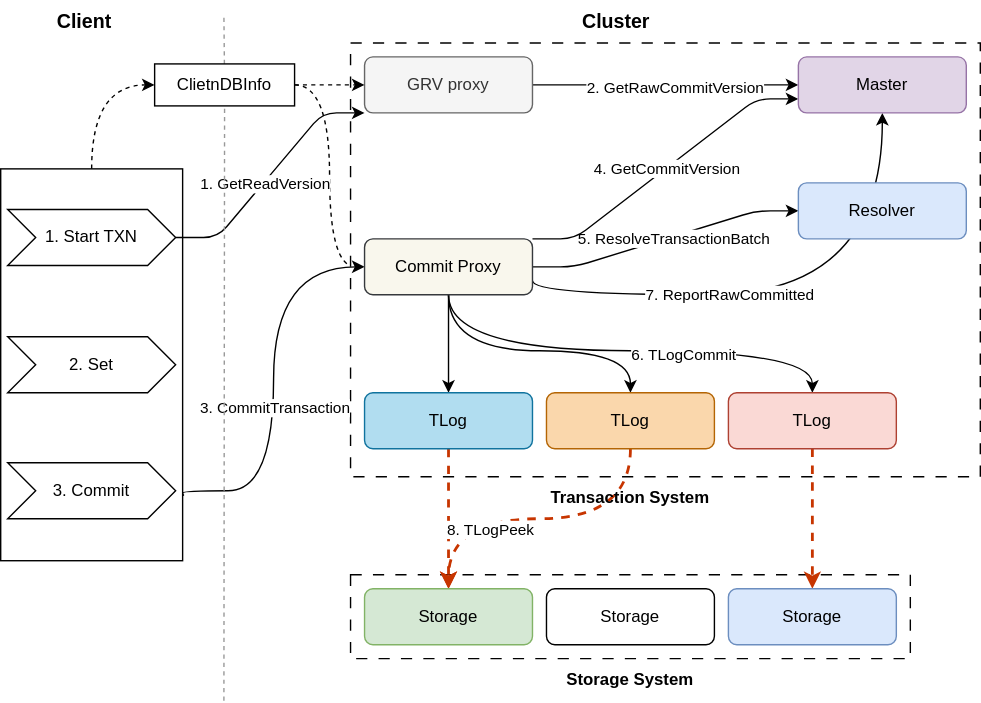
This is documentation/graphics/txn-2-commit.drawio.svg from w41ter/foundationdb, a draw.io export, as it was before one commit. Source tidied: cells renumbered, new cells last; positions are measured from the earlier drawing's top-left corner, leaving out a move shared by most shapes.
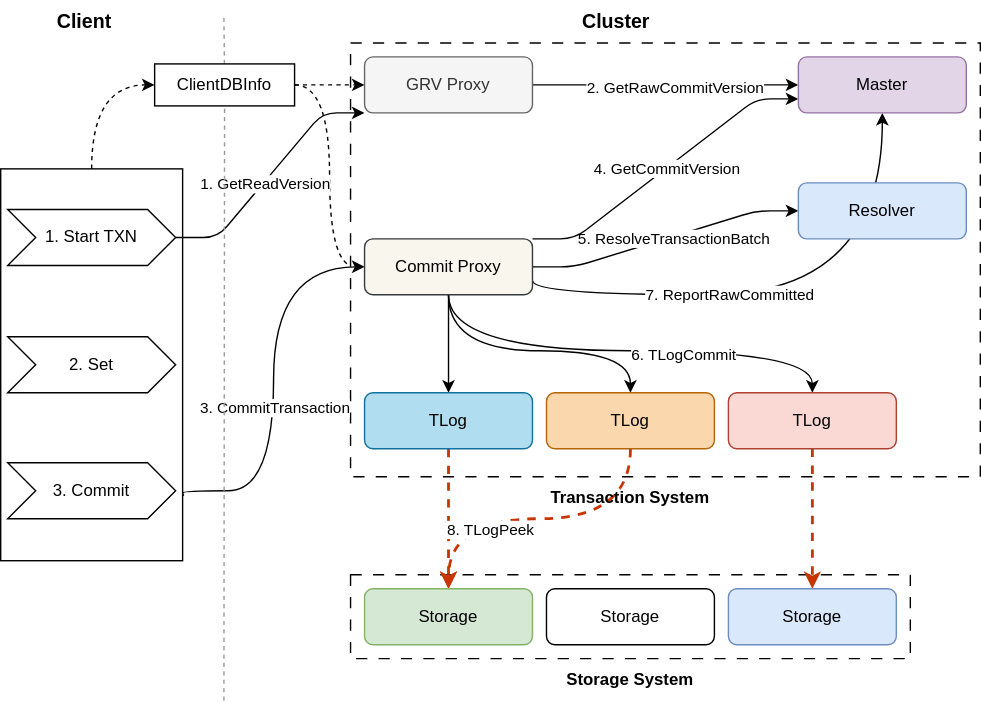
The same file after the commit.

Change to the diagram source:
```diff
@@ -52,7 +52,7 @@
     <mxCell id="14" value="2. GetRawCommitVersion" style="edgeLabel;html=1;align=center;verticalAlign=middle;" parent="13" vertex="1">
       <mxGeometry x="0.06" y="-1" relative="1" as="geometry" />
     </mxCell>
-    <mxCell id="15" value="GRV proxy" style="rounded=1;whiteSpace=wrap;html=1;fillColor=#f5f5f5;fontColor=#333333;strokeColor=#666666;" parent="1" vertex="1">
+    <mxCell id="15" value="GRV Proxy" style="rounded=1;whiteSpace=wrap;html=1;fillColor=#f5f5f5;fontColor=#333333;strokeColor=#666666;" parent="1" vertex="1">
       <mxGeometry x="260" y="40" width="120" height="40" as="geometry" />
     </mxCell>
     <mxCell id="16" style="edgeStyle=entityRelationEdgeStyle;html=1;exitX=1;exitY=0.5;exitDx=0;exitDy=0;entryX=0;entryY=0.5;entryDx=0;entryDy=0;" parent="1" edge="1" source="26" target="28">
@@ -167,7 +167,7 @@
         <mxPoint x="159.5" y="500" as="sourcePoint" />
       </mxGeometry>
     </mxCell>
-    <mxCell id="46" value="ClietnDBInfo" style="rounded=0;whiteSpace=wrap;html=1;" parent="1" vertex="1">
+    <mxCell id="46" value="ClientDBInfo" style="rounded=0;whiteSpace=wrap;html=1;" parent="1" vertex="1">
       <mxGeometry x="110" y="45" width="100" height="30" as="geometry" />
     </mxCell>
     <mxCell id="47" value="2. Set" style="shape=step;perimeter=stepPerimeter;whiteSpace=wrap;html=1;fixedSize=1;" parent="1" vertex="1">
```
